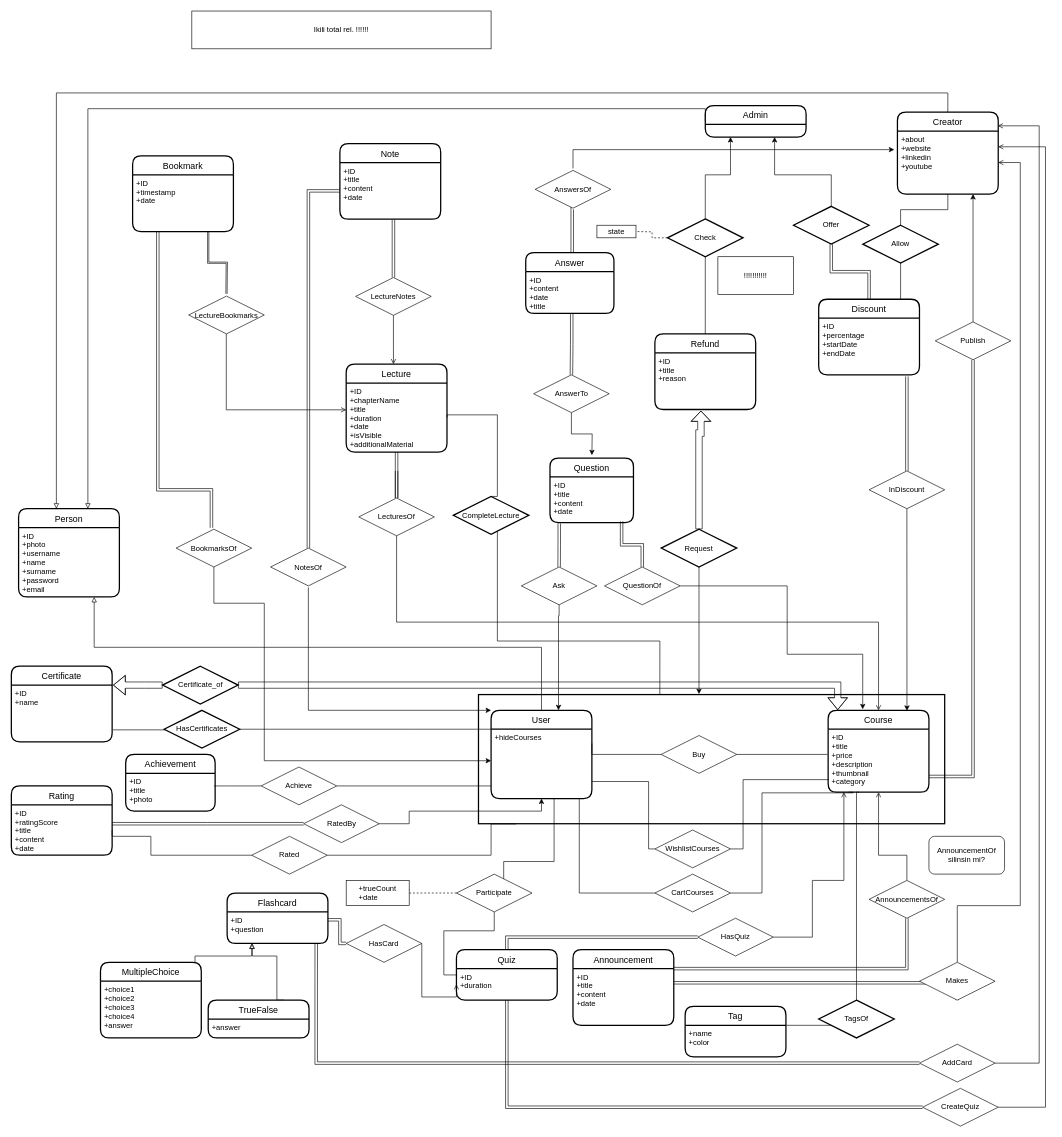
Before: page "Quizlet" (4 of 4) of ER.drawio in muratangin187/CS353-Project, a draw.io diagram. Source tidied: cells renumbered, new cells numbered last; positions are measured from the earlier drawing's top-left corner, leaving out a move shared by most shapes. Both pictures are drawn from the tidied source at 63%, with x=0, y=0 at pixel (11, 11).
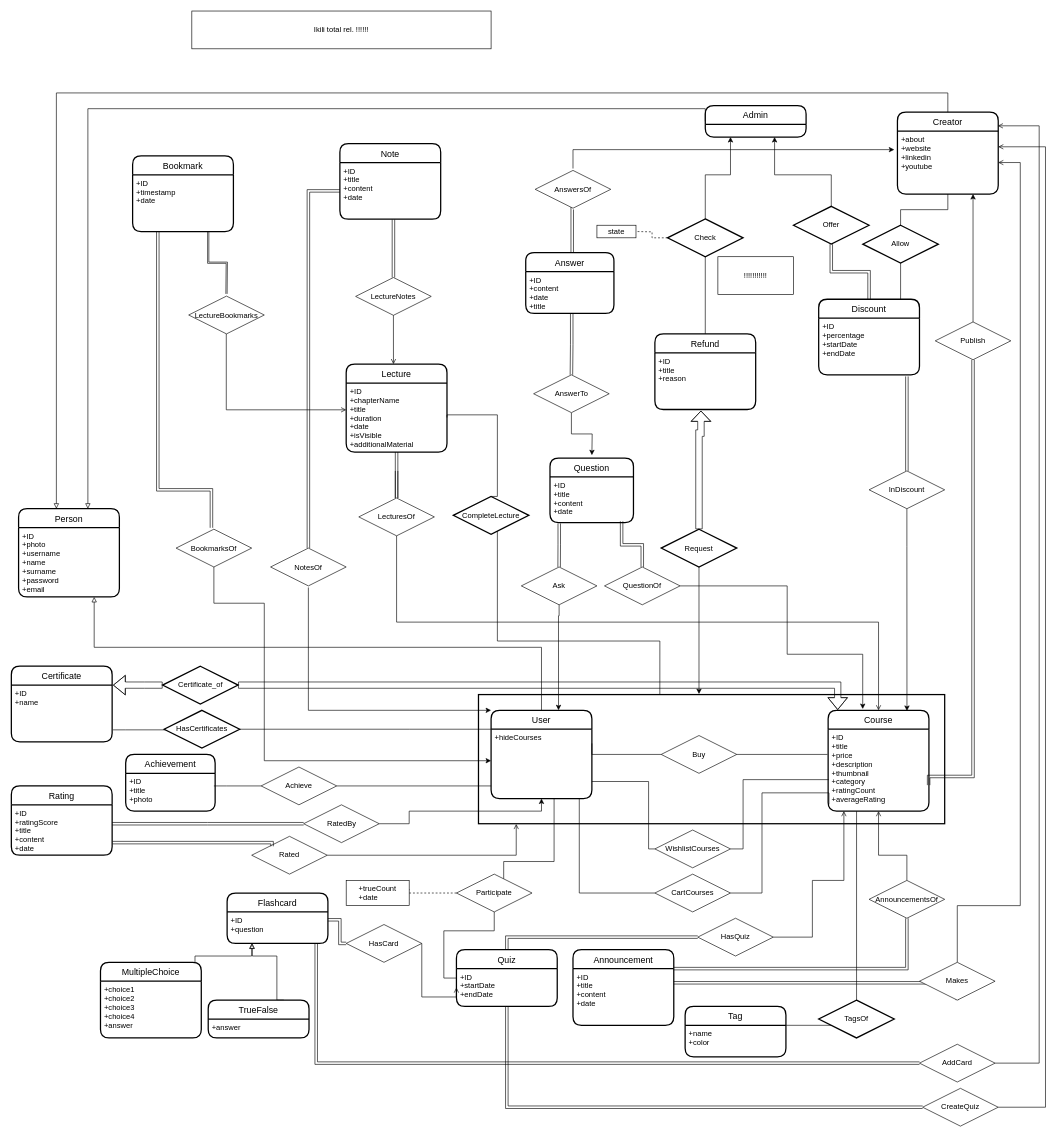
The same diagram, later.

The change refers to these unchanged cells:
```xml
<mxCell id="5" style="rounded=0;whiteSpace=wrap;html=1;shadow=0;glass=0;sketch=0;strokeWidth=2;gradientColor=none;" parent="1" vertex="1">
  <mxGeometry x="742" y="1085" width="740" height="205" as="geometry" />
</mxCell>
<mxCell id="27" value="CartCourses" style="shape=rhombus;perimeter=rhombusPerimeter;whiteSpace=wrap;html=1;align=center;rounded=0;sketch=0;" parent="1" vertex="1">
  <mxGeometry x="1022" y="1370" width="120" height="60" as="geometry" />
</mxCell>
<mxCell id="38" value="+ID&#10;+ratingScore&#10;+title&#10;+content&#10;+date" style="align=left;strokeColor=none;fillColor=none;spacingLeft=4;fontSize=12;verticalAlign=top;fontStyle=0;" parent="37" vertex="1">
  <mxGeometry y="30" width="160" height="80" as="geometry" />
</mxCell>
<mxCell id="43" value="Rated" style="shape=rhombus;perimeter=rhombusPerimeter;whiteSpace=wrap;html=1;align=center;rounded=0;sketch=0;" parent="1" vertex="1">
  <mxGeometry x="382" y="1310" width="120" height="60" as="geometry" />
</mxCell>
<mxCell id="69" value="TagsOf" style="shape=rhombus;perimeter=rhombusPerimeter;whiteSpace=wrap;html=1;align=center;rounded=0;shadow=0;glass=0;sketch=0;strokeWidth=2;gradientColor=none;" parent="1" vertex="1">
  <mxGeometry x="1282" y="1570" width="120" height="60" as="geometry" />
</mxCell>
<mxCell id="71" value="Publish" style="shape=rhombus;perimeter=rhombusPerimeter;whiteSpace=wrap;html=1;align=center;rounded=0;sketch=0;" parent="1" vertex="1">
  <mxGeometry x="1467" y="493.5" width="120" height="60" as="geometry" />
</mxCell>
<mxCell id="142" value="HasQuiz" style="shape=rhombus;perimeter=rhombusPerimeter;whiteSpace=wrap;html=1;align=center;rounded=0;sketch=0;" parent="1" vertex="1">
  <mxGeometry x="1090" y="1440" width="120" height="60" as="geometry" />
</mxCell>
```

The edit, as a diff of the source:
```diff
@@
-    <mxCell id="6" style="edgeStyle=orthogonalEdgeStyle;rounded=0;jettySize=auto;html=1;endArrow=none;endFill=0;strokeColor=#000000;entryX=0;entryY=0;entryDx=0;entryDy=0;exitX=0.309;exitY=0.999;exitDx=0;exitDy=0;exitPerimeter=0;" parent="1" edge="1" source="11" target="69">
+    <mxCell id="6" style="edgeStyle=orthogonalEdgeStyle;rounded=0;jettySize=auto;html=1;endArrow=none;endFill=0;strokeColor=#000000;entryX=0;entryY=0;entryDx=0;entryDy=0;exitX=0.282;exitY=1.001;exitDx=0;exitDy=0;exitPerimeter=0;" parent="1" edge="1" source="11" target="69">
       <mxGeometry relative="1" as="geometry">
         <Array as="points">
-          <mxPoint x="1342" y="1240" />
           <mxPoint x="1342" y="1615" />
+          <mxPoint x="1312" y="1615" />
         </Array>
       </mxGeometry>
     </mxCell>
@@
     <mxCell id="10" value="Course" style="swimlane;horizontal=1;startSize=30;rounded=1;fontSize=14;fontStyle=0;strokeWidth=2;shadow=0;dashed=0;align=center;" parent="1" vertex="1">
-      <mxGeometry x="1297" y="1110" width="160" height="130" as="geometry" />
+      <mxGeometry x="1297" y="1110" width="160" height="160" as="geometry" />
     </mxCell>
-    <mxCell id="11" value="+ID&#10;+title&#10;+price&#10;+description&#10;+thumbnail&#10;+category" style="align=left;strokeColor=none;fillColor=none;spacingLeft=4;fontSize=12;verticalAlign=top;" parent="10" vertex="1">
-      <mxGeometry y="30" width="160" height="100" as="geometry" />
+    <mxCell id="11" value="+ID&#10;+title&#10;+price&#10;+description&#10;+thumbnail&#10;+category&#10;+ratingCount&#10;+averageRating" style="align=left;strokeColor=none;fillColor=none;spacingLeft=4;fontSize=12;verticalAlign=top;" parent="10" vertex="1">
+      <mxGeometry y="30" width="160" height="130" as="geometry" />
     </mxCell>
@@
-    <mxCell id="26" style="edgeStyle=orthogonalEdgeStyle;rounded=0;jettySize=auto;html=1;endArrow=none;endFill=0;exitX=1;exitY=0.5;exitDx=0;exitDy=0;entryX=0.201;entryY=0.999;entryDx=0;entryDy=0;entryPerimeter=0;" parent="1" edge="1" source="27" target="11">
+    <mxCell id="26" style="edgeStyle=orthogonalEdgeStyle;rounded=0;jettySize=auto;html=1;endArrow=none;endFill=0;exitX=1;exitY=0.5;exitDx=0;exitDy=0;entryX=0.008;entryY=0.918;entryDx=0;entryDy=0;entryPerimeter=0;" parent="1" edge="1" source="27" target="11">
       <mxGeometry relative="1" as="geometry">
         <Array as="points">
           <mxPoint x="1192" y="1400" />
           <mxPoint x="1192" y="1241" />
-          <mxPoint x="1337" y="1241" />
-          <mxPoint x="1337" y="1240" />
         </Array>
       </mxGeometry>
     </mxCell>
@@
-    <mxCell id="42" style="edgeStyle=orthogonalEdgeStyle;rounded=0;jettySize=auto;html=1;endArrow=none;endFill=0;exitX=1;exitY=0.5;exitDx=0;exitDy=0;entryX=0.081;entryY=1.002;entryDx=0;entryDy=0;entryPerimeter=0;" parent="1" edge="1" source="43" target="5">
+    <mxCell id="42" style="edgeStyle=orthogonalEdgeStyle;rounded=0;jettySize=auto;html=1;endArrow=open;endFill=0;exitX=1;exitY=0.5;exitDx=0;exitDy=0;entryX=0.081;entryY=1.002;entryDx=0;entryDy=0;entryPerimeter=0;" parent="1" edge="1" source="43" target="5">
       <mxGeometry relative="1" as="geometry">
         <Array as="points">
-          <mxPoint x="762" y="1340" />
-          <mxPoint x="762" y="1290" />
+          <mxPoint x="802" y="1340" />
         </Array>
       </mxGeometry>
     </mxCell>
@@
-    <mxCell id="44" style="edgeStyle=orthogonalEdgeStyle;rounded=0;jettySize=auto;html=1;entryX=0;entryY=0.5;entryDx=0;entryDy=0;endArrow=none;endFill=0;exitX=1;exitY=0.5;exitDx=0;exitDy=0;" parent="1" edge="1" source="38" target="43">
+    <mxCell id="44" style="edgeStyle=orthogonalEdgeStyle;rounded=0;jettySize=auto;html=1;endArrow=none;endFill=0;shape=link;entryX=0.27;entryY=0.264;entryDx=0;entryDy=0;entryPerimeter=0;" parent="1" edge="1" target="43">
       <mxGeometry relative="1" as="geometry">
+        <mxPoint x="161" y="1320" as="sourcePoint" />
         <Array as="points">
-          <mxPoint x="161" y="1310" />
-          <mxPoint x="222" y="1310" />
-          <mxPoint x="222" y="1340" />
+          <mxPoint x="414" y="1320" />
         </Array>
       </mxGeometry>
     </mxCell>
@@
-    <mxCell id="70" style="edgeStyle=orthogonalEdgeStyle;rounded=0;jettySize=auto;html=1;entryX=1;entryY=0.75;entryDx=0;entryDy=0;endArrow=classic;endFill=1;strokeColor=#000000;shape=link;" parent="1" edge="1" source="71" target="11">
+    <mxCell id="70" style="edgeStyle=orthogonalEdgeStyle;rounded=0;jettySize=auto;html=1;entryX=0.997;entryY=0.683;entryDx=0;entryDy=0;endArrow=classic;endFill=1;strokeColor=#000000;shape=link;entryPerimeter=0;" parent="1" edge="1" source="71" target="11">
       <mxGeometry relative="1" as="geometry">
         <Array as="points">
           <mxPoint x="1527" y="1215" />
         </Array>
       </mxGeometry>
     </mxCell>
@@
-    <mxCell id="117" value="AnnouncementOf silinsin mi?" style="rounded=1;whiteSpace=wrap;html=1;" parent="1" vertex="1">
-      <mxGeometry x="1457" y="1310" width="120" height="60" as="geometry" />
-    </mxCell>
@@
     <mxCell id="136" value="Quiz" style="swimlane;horizontal=1;startSize=30;rounded=1;fontSize=14;fontStyle=0;strokeWidth=2;shadow=0;dashed=0;align=center;" parent="1" vertex="1">
-      <mxGeometry x="707" y="1490" width="160" height="80" as="geometry" />
+      <mxGeometry x="707" y="1490" width="160" height="90" as="geometry" />
     </mxCell>
-    <mxCell id="137" value="+ID&#10;+duration" style="align=left;strokeColor=none;fillColor=none;spacingLeft=4;fontSize=12;verticalAlign=top;" parent="136" vertex="1">
-      <mxGeometry y="30" width="160" height="50" as="geometry" />
+    <mxCell id="137" value="+ID&#10;+startDate&#10;+endDate" style="align=left;strokeColor=none;fillColor=none;spacingLeft=4;fontSize=12;verticalAlign=top;" parent="136" vertex="1">
+      <mxGeometry y="30" width="160" height="60" as="geometry" />
     </mxCell>
@@
     <mxCell id="140" style="edgeStyle=orthogonalEdgeStyle;rounded=0;jettySize=auto;html=1;endArrow=open;endFill=0;" parent="1" edge="1" source="142">
       <mxGeometry relative="1" as="geometry">
-        <mxPoint x="1322" y="1240" as="targetPoint" />
+        <mxPoint x="1322" y="1270" as="targetPoint" />
         <Array as="points">
           <mxPoint x="1272" y="1470" />
           <mxPoint x="1272" y="1380" />
           <mxPoint x="1322" y="1380" />
         </Array>
       </mxGeometry>
     </mxCell>
```
